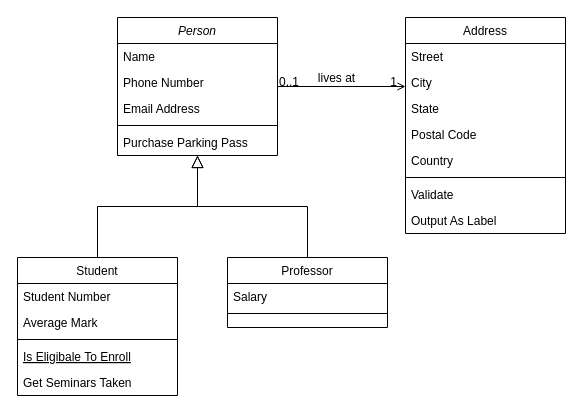
Before: Exercise1ClassDiagram.drawio in atippp3/Week2ClassDiagram, a draw.io diagram. Source tidied: cells renumbered, new cells numbered last; positions are measured from the earlier drawing's top-left corner, leaving out a move shared by most shapes. Both pictures are drawn from the tidied source at 100%, with x=0, y=0 at pixel (17, 17).
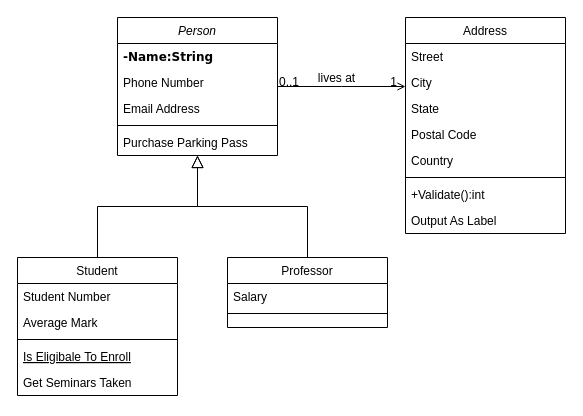
Above is the later version.

The change refers to these unchanged cells:
```xml
<mxCell id="2" value="Person" style="swimlane;fontStyle=2;align=center;verticalAlign=top;horizontal=1;startSize=26;rounded=0;shadow=0;strokeWidth=1;" parent="1" vertex="1">
  <mxGeometry x="100" width="160" height="138" as="geometry" />
</mxCell>
<mxCell id="19" value="Address" style="swimlane;fontStyle=0;align=center;verticalAlign=top;horizontal=1;startSize=26;rounded=0;shadow=0;strokeWidth=1;" parent="1" vertex="1">
  <mxGeometry x="388" width="160" height="216" as="geometry" />
</mxCell>
```

The edit, as a diff of the source:
```diff
@@
-    <mxCell id="3" value="Name" style="text;align=left;verticalAlign=top;spacingLeft=4;spacingRight=4;overflow=hidden;" parent="2" vertex="1">
+    <mxCell id="3" value="-Name:String" style="text;align=left;verticalAlign=top;spacingLeft=4;spacingRight=4;overflow=hidden;fontFamily=Verdana;fontStyle=1;" parent="2" vertex="1">
       <mxGeometry y="26" width="160" height="26" as="geometry" />
     </mxCell>
@@
-    <mxCell id="26" value="Validate" style="text;align=left;verticalAlign=top;spacingLeft=4;spacingRight=4;overflow=hidden;" parent="19" vertex="1">
+    <mxCell id="26" value="+Validate():int" style="text;align=left;verticalAlign=top;spacingLeft=4;spacingRight=4;overflow=hidden;" parent="19" vertex="1">
       <mxGeometry y="164" width="160" height="26" as="geometry" />
     </mxCell>
```
